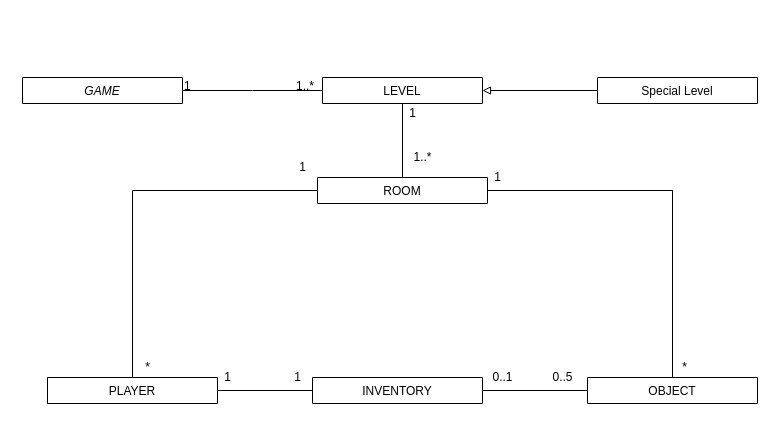
Before: MUD.drawio in rudfor/MUD, a draw.io diagram. Source tidied: cells renumbered, new cells numbered last; positions are measured from the earlier drawing's top-left corner, leaving out a move shared by most shapes. Both pictures are drawn from the tidied source at 100%, with x=0, y=0 at pixel (22, 77).
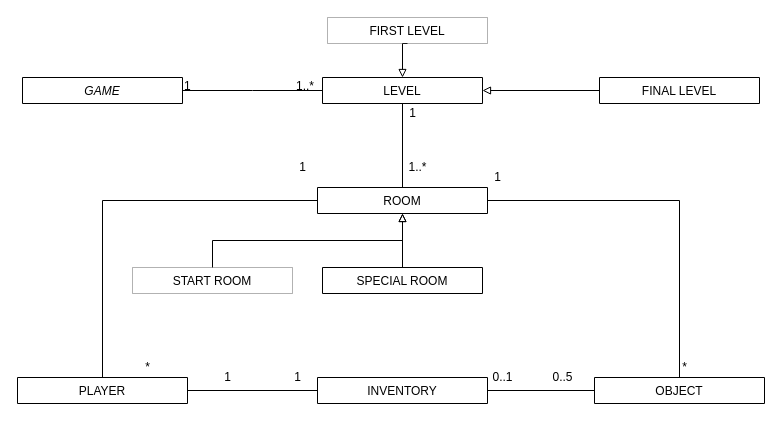
Above is the later version.

Unchanged cells that the change refers to:
```xml
<mxCell id="5" value="LEVEL" style="swimlane;fontStyle=0;align=center;verticalAlign=top;horizontal=1;startSize=26;rounded=0;shadow=0;strokeWidth=1;" parent="1" vertex="1" collapsed="1">
  <mxGeometry x="300" width="160" height="26" as="geometry" />
</mxCell>
```

Change to the diagram source:
```diff
@@
-    <mxCell id="4" style="edgeStyle=orthogonalEdgeStyle;rounded=0;jettySize=auto;html=1;exitX=1;exitY=0.5;exitDx=0;exitDy=0;entryX=0;entryY=0.5;entryDx=0;entryDy=0;endArrow=none;endFill=0;startArrow=block;startFill=0;" parent="1" edge="1" source="5" target="28">
+    <mxCell id="4" style="edgeStyle=orthogonalEdgeStyle;rounded=0;jettySize=auto;html=1;entryX=0.5;entryY=0;entryDx=0;entryDy=0;endArrow=none;endFill=0;startArrow=block;startFill=0;exitX=0.5;exitY=1;exitDx=0;exitDy=0;" parent="1" edge="1" source="11" target="28">
       <mxGeometry relative="1" as="geometry" />
     </mxCell>
@@
     <mxCell id="11" value="ROOM" style="swimlane;fontStyle=0;align=center;verticalAlign=top;horizontal=1;startSize=26;rounded=0;shadow=0;strokeWidth=1;" parent="1" vertex="1" collapsed="1">
-      <mxGeometry x="295" y="100" width="170" height="26" as="geometry" />
+      <mxGeometry x="295" y="110" width="170" height="26" as="geometry" />
     </mxCell>
     <mxCell id="12" value="OBJECT" style="swimlane;fontStyle=0;align=center;verticalAlign=top;horizontal=1;startSize=26;rounded=0;shadow=0;strokeWidth=1;" parent="1" vertex="1" collapsed="1">
-      <mxGeometry x="565" y="300" width="170" height="26" as="geometry" />
+      <mxGeometry x="572" y="300" width="170" height="26" as="geometry" />
     </mxCell>
@@
     <mxCell id="14" value="PLAYER" style="swimlane;fontStyle=0;align=center;verticalAlign=top;horizontal=1;startSize=26;rounded=0;shadow=0;strokeWidth=1;" parent="1" vertex="1" collapsed="1">
-      <mxGeometry x="25" y="300" width="170" height="26" as="geometry" />
+      <mxGeometry x="-5" y="300" width="170" height="26" as="geometry" />
     </mxCell>
@@
     <mxCell id="17" value="1..*" style="text;html=1;align=center;verticalAlign=middle;strokeColor=none;fillColor=none;" parent="1" vertex="1">
-      <mxGeometry x="385" y="70" width="30" height="20" as="geometry" />
+      <mxGeometry x="380" y="80" width="30" height="20" as="geometry" />
     </mxCell>
@@
     <mxCell id="19" value="INVENTORY" style="swimlane;fontStyle=0;align=center;verticalAlign=top;horizontal=1;startSize=26;rounded=0;shadow=0;strokeWidth=1;" parent="1" vertex="1" collapsed="1">
-      <mxGeometry x="290" y="300" width="170" height="26" as="geometry" />
+      <mxGeometry x="295" y="300" width="170" height="26" as="geometry" />
     </mxCell>
@@
-    <mxCell id="28" value="Special Level" style="swimlane;fontStyle=0;align=center;verticalAlign=top;horizontal=1;startSize=26;rounded=0;shadow=0;strokeWidth=1;" parent="1" vertex="1" collapsed="1">
-      <mxGeometry x="575" width="160" height="26" as="geometry" />
+    <mxCell id="28" value="SPECIAL ROOM" style="swimlane;fontStyle=0;align=center;verticalAlign=top;horizontal=1;startSize=26;rounded=0;shadow=0;strokeWidth=1;" parent="1" vertex="1" collapsed="1">
+      <mxGeometry x="300" y="190" width="160" height="26" as="geometry" />
     </mxCell>
+    <mxCell id="29" style="edgeStyle=orthogonalEdgeStyle;rounded=0;jettySize=auto;html=1;exitX=0.5;exitY=0;exitDx=0;exitDy=0;entryX=0.5;entryY=1;entryDx=0;entryDy=0;startArrow=none;startFill=0;endArrow=block;endFill=0;" parent="1" edge="1" source="30" target="11">
+      <mxGeometry relative="1" as="geometry" />
+    </mxCell>
+    <mxCell id="30" value="START ROOM" style="swimlane;fontStyle=0;align=center;verticalAlign=top;horizontal=1;startSize=26;rounded=0;shadow=0;strokeWidth=1;opacity=30;" parent="1" vertex="1" collapsed="1">
+      <mxGeometry x="110" y="190" width="160" height="26" as="geometry" />
+    </mxCell>
+    <mxCell id="31" value="FINAL LEVEL" style="swimlane;fontStyle=0;align=center;verticalAlign=top;horizontal=1;startSize=26;rounded=0;shadow=0;strokeWidth=1;" parent="1" vertex="1" collapsed="1">
+      <mxGeometry x="577" width="160" height="26" as="geometry" />
+    </mxCell>
+    <mxCell id="32" style="edgeStyle=orthogonalEdgeStyle;rounded=0;jettySize=auto;html=1;entryX=0;entryY=0.5;entryDx=0;entryDy=0;endArrow=none;endFill=0;startArrow=block;startFill=0;exitX=1;exitY=0.5;exitDx=0;exitDy=0;" parent="1" edge="1" source="5" target="31">
+      <mxGeometry relative="1" as="geometry" />
+    </mxCell>
+    <mxCell id="33" style="edgeStyle=orthogonalEdgeStyle;rounded=0;jettySize=auto;html=1;exitX=0.5;exitY=1;exitDx=0;exitDy=0;entryX=0.5;entryY=0;entryDx=0;entryDy=0;startArrow=none;startFill=0;endArrow=block;endFill=0;" parent="1" edge="1" source="34" target="5">
+      <mxGeometry relative="1" as="geometry" />
+    </mxCell>
+    <mxCell id="34" value="FIRST LEVEL" style="swimlane;fontStyle=0;align=center;verticalAlign=top;horizontal=1;startSize=26;rounded=0;shadow=0;strokeWidth=1;opacity=30;" parent="1" vertex="1" collapsed="1">
+      <mxGeometry x="305" y="-60" width="160" height="26" as="geometry" />
+    </mxCell>
```
